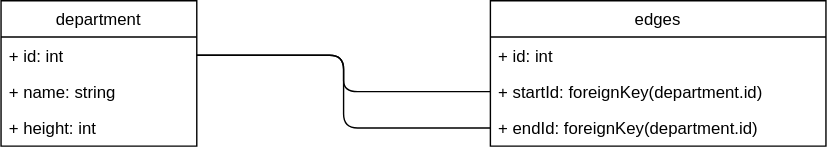
Before: docs/data_model.drawio.svg, a diagram exported from draw.io (sandormatyas/great-company-tree). Source tidied: cells renumbered, new cells last; positions are measured from the earlier drawing's top-left corner, leaving out a move shared by most shapes.
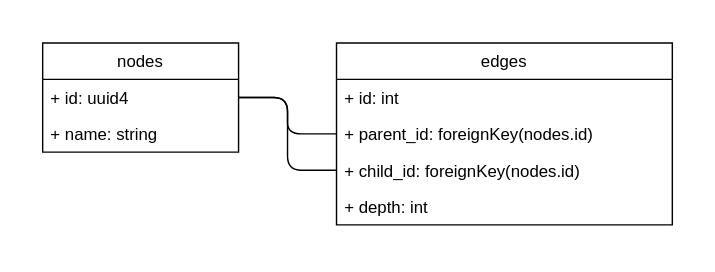
The same diagram one commit later.

The edit, as a diff of the source:
```diff
@@ -1,31 +1,31 @@
-<mxGraphModel>
+<mxGraphModel background="#FFFFFF">
   <root>
     <mxCell id="0" />
     <mxCell id="1" parent="0" />
-    <mxCell id="2" value="department" style="swimlane;fontStyle=0;horizontal=1;startSize=26;fillColor=none;" parent="1" vertex="1">
-      <mxGeometry width="140" height="104" as="geometry" />
+    <mxCell id="2" value="nodes" style="swimlane;fontStyle=0;horizontal=1;startSize=26;fillColor=none;" parent="1" vertex="1">
+      <mxGeometry width="140" height="78" as="geometry" />
     </mxCell>
-    <mxCell id="3" value="+ id: int" style="text;strokeColor=none;fillColor=none;align=left;verticalAlign=top;spacingLeft=4;spacingRight=4;overflow=hidden;points=[[0,0.5],[1,0.5]];portConstraint=eastwest;" parent="2" vertex="1">
+    <mxCell id="3" value="+ id: uuid4" style="text;strokeColor=none;fillColor=none;align=left;verticalAlign=top;spacingLeft=4;spacingRight=4;overflow=hidden;points=[[0,0.5],[1,0.5]];portConstraint=eastwest;" parent="2" vertex="1">
       <mxGeometry y="26" width="140" height="26" as="geometry" />
     </mxCell>
     <mxCell id="4" value="+ name: string" style="text;strokeColor=none;fillColor=none;align=left;verticalAlign=top;spacingLeft=4;spacingRight=4;overflow=hidden;" parent="2" vertex="1">
       <mxGeometry y="52" width="140" height="26" as="geometry" />
     </mxCell>
-    <mxCell id="5" value="+ height: int" style="text;strokeColor=none;fillColor=none;align=left;verticalAlign=top;spacingLeft=4;spacingRight=4;overflow=hidden;" parent="2" vertex="1">
-      <mxGeometry y="78" width="140" height="26" as="geometry" />
-    </mxCell>
     <mxCell id="6" value="edges" style="swimlane;fontStyle=0;horizontal=1;startSize=26;fillColor=none;" parent="1" vertex="1">
-      <mxGeometry x="350" width="240" height="104" as="geometry" />
+      <mxGeometry x="210" width="240" height="130" as="geometry" />
     </mxCell>
     <mxCell id="7" value="+ id: int" style="text;strokeColor=none;fillColor=none;align=left;verticalAlign=top;spacingLeft=4;spacingRight=4;overflow=hidden;" parent="6" vertex="1">
       <mxGeometry y="26" width="240" height="26" as="geometry" />
     </mxCell>
-    <mxCell id="8" value="+ startId: foreignKey(department.id)" style="text;strokeColor=none;fillColor=none;align=left;verticalAlign=top;spacingLeft=4;spacingRight=4;overflow=hidden;points=[[0,0.5],[1,0.5]];portConstraint=eastwest;" parent="6" vertex="1">
+    <mxCell id="8" value="+ parent_id: foreignKey(nodes.id)" style="text;strokeColor=none;fillColor=none;align=left;verticalAlign=top;spacingLeft=4;spacingRight=4;overflow=hidden;points=[[0,0.5],[1,0.5]];portConstraint=eastwest;" parent="6" vertex="1">
       <mxGeometry y="52" width="240" height="26" as="geometry" />
     </mxCell>
-    <mxCell id="9" value="+ endId: foreignKey(department.id)" style="text;strokeColor=none;fillColor=none;align=left;verticalAlign=top;spacingLeft=4;spacingRight=4;overflow=hidden;points=[[0,0.5],[1,0.5]];portConstraint=eastwest;" parent="6" vertex="1">
+    <mxCell id="9" value="+ child_id: foreignKey(nodes.id)" style="text;strokeColor=none;fillColor=none;align=left;verticalAlign=top;spacingLeft=4;spacingRight=4;overflow=hidden;points=[[0,0.5],[1,0.5]];portConstraint=eastwest;" parent="6" vertex="1">
       <mxGeometry y="78" width="240" height="26" as="geometry" />
     </mxCell>
+    <mxCell id="12" value="+ depth: int" style="text;strokeColor=none;fillColor=none;align=left;verticalAlign=top;spacingLeft=4;spacingRight=4;overflow=hidden;" parent="6" vertex="1">
+      <mxGeometry y="104" width="240" height="26" as="geometry" />
+    </mxCell>
     <mxCell id="10" style="edgeStyle=orthogonalEdgeStyle;html=1;entryX=0;entryY=0.5;entryDx=0;entryDy=0;endArrow=none;endFill=0;" parent="1" edge="1" source="3" target="9">
       <mxGeometry relative="1" as="geometry" />
     </mxCell>
```
